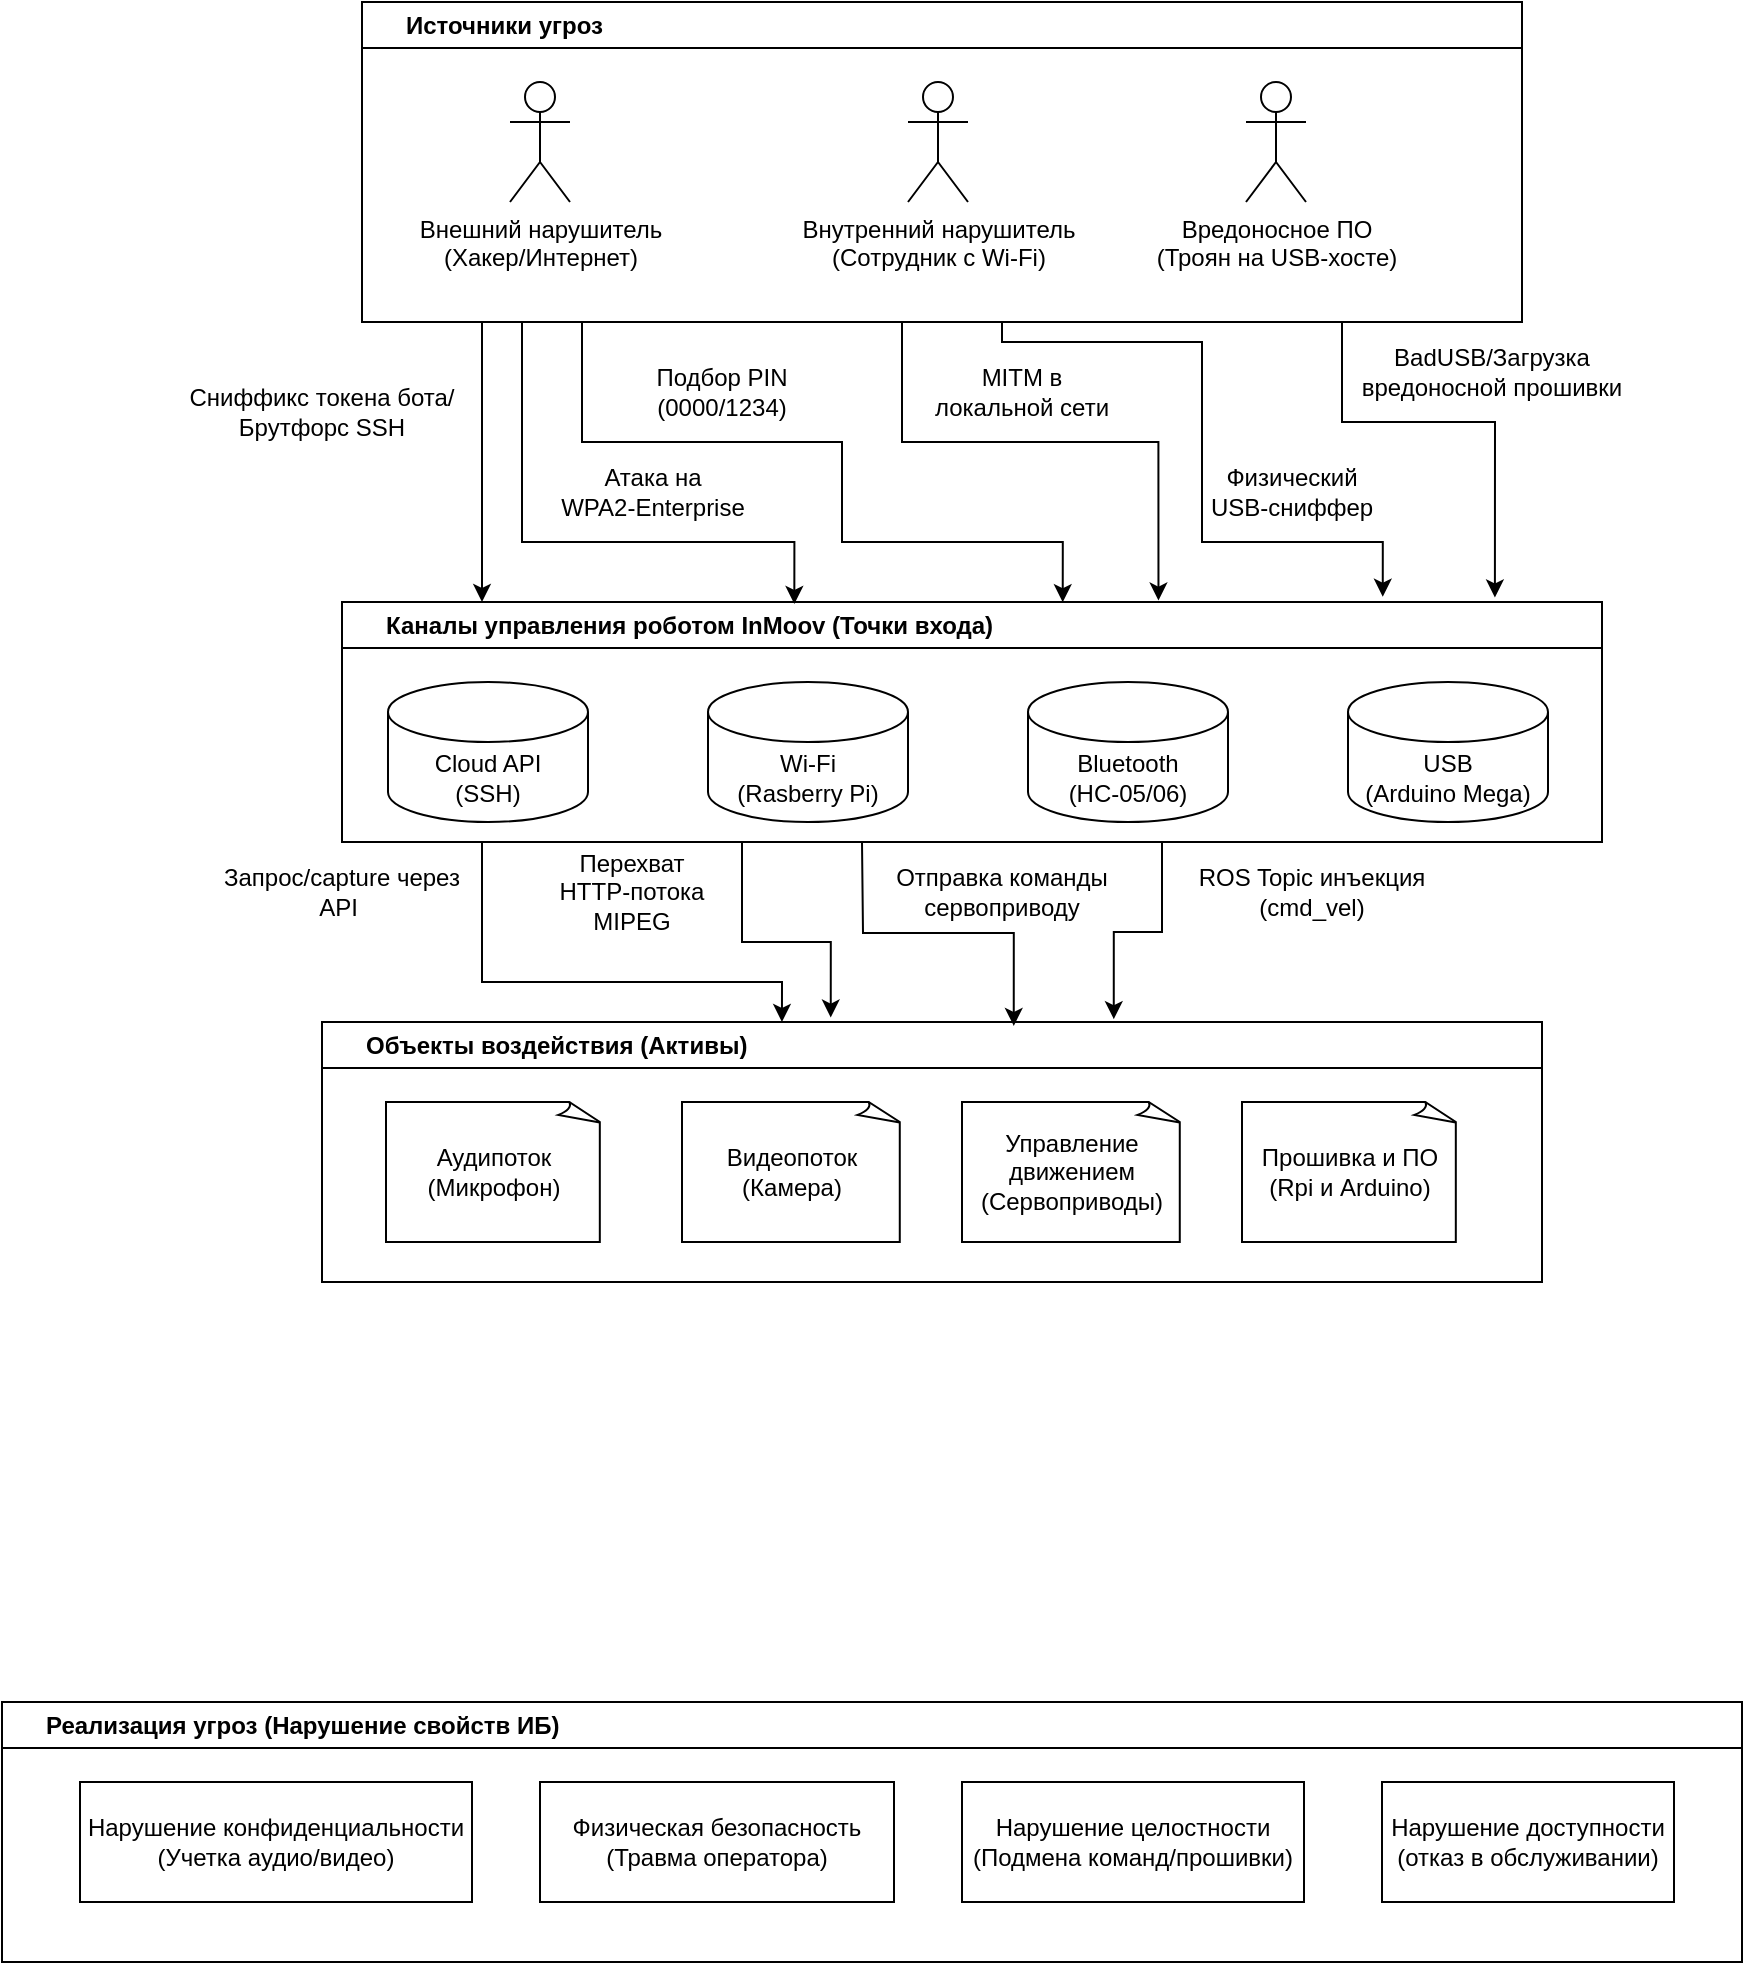
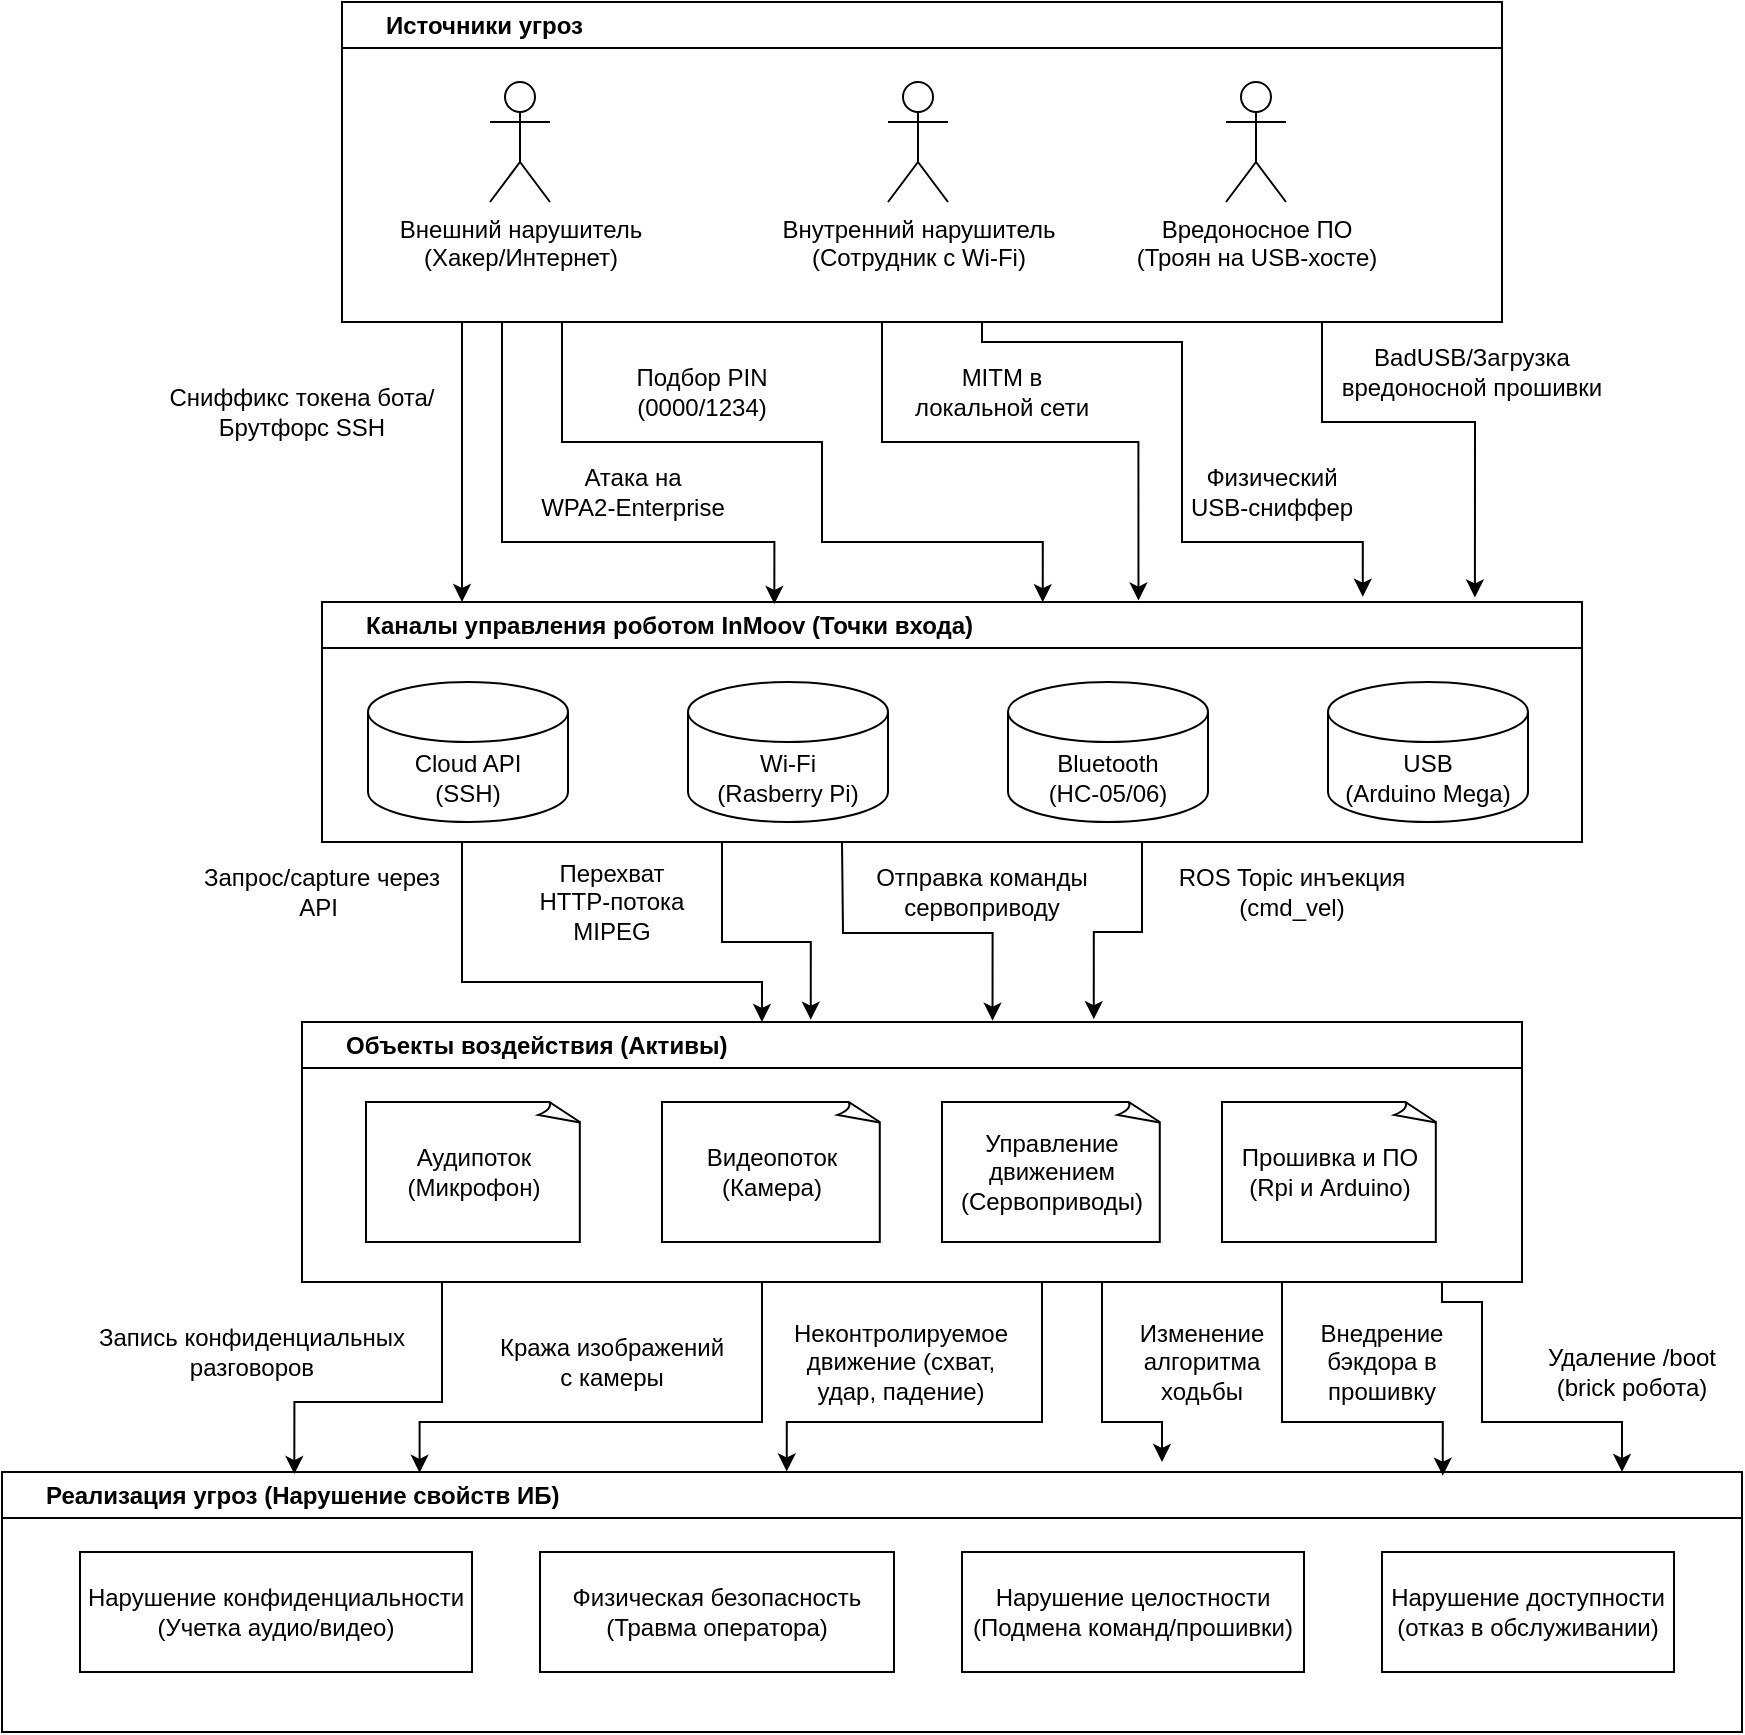
<mxfile host="app.diagrams.net">
  <diagram name="Страница-1" id="USPNQsaFkXLpUknS5iDc">
-     <mxGraphModel dx="1797" dy="1707" grid="1" gridSize="10" guides="1" tooltips="1" connect="1" arrows="1" fold="1" page="1" pageScale="1" pageWidth="827" pageHeight="1169" math="0" shadow="0">
+     <mxGraphModel dx="2233" dy="1949" grid="1" gridSize="10" guides="1" tooltips="1" connect="1" arrows="1" fold="1" page="1" pageScale="1" pageWidth="827" pageHeight="1169" math="0" shadow="0">
      <root>
        <mxCell id="0" />
        <mxCell id="1" parent="0" />
        <mxCell id="eWGLKCcsjbhSAPN1RPYS-18" parent="1" style="swimlane;whiteSpace=wrap;html=1;align=left;" value="&amp;nbsp; &amp;nbsp; &amp;nbsp;&amp;nbsp;Реализация угроз (Нарушение свойств ИБ)" vertex="1">
-           <mxGeometry height="130" width="870" x="-70" y="700" as="geometry" />
+           <mxGeometry height="130" width="870" x="-60" y="585" as="geometry" />
        </mxCell>
        <mxCell id="eWGLKCcsjbhSAPN1RPYS-11" parent="eWGLKCcsjbhSAPN1RPYS-18" style="rounded=0;whiteSpace=wrap;html=1;" value="Нарушение конфиденциальности&lt;div&gt;(Учетка аудио/видео)&lt;/div&gt;" vertex="1">
          <mxGeometry height="60" width="196" x="39" y="40" as="geometry" />
        </mxCell>
        <mxCell id="eWGLKCcsjbhSAPN1RPYS-12" parent="eWGLKCcsjbhSAPN1RPYS-18" style="rounded=0;whiteSpace=wrap;html=1;" value="Физическая безопасность&lt;div&gt;(Травма оператора)&lt;/div&gt;" vertex="1">
          <mxGeometry height="60" width="177" x="269" y="40" as="geometry" />
        </mxCell>
        <mxCell id="eWGLKCcsjbhSAPN1RPYS-13" parent="eWGLKCcsjbhSAPN1RPYS-18" style="rounded=0;whiteSpace=wrap;html=1;" value="Нарушение целостности&lt;div&gt;(Подмена команд/прошивки)&lt;/div&gt;" vertex="1">
          <mxGeometry height="60" width="171" x="480" y="40" as="geometry" />
        </mxCell>
        <mxCell id="eWGLKCcsjbhSAPN1RPYS-14" parent="eWGLKCcsjbhSAPN1RPYS-18" style="rounded=0;whiteSpace=wrap;html=1;" value="Нарушение доступности&lt;div&gt;(отказ в обслуживании)&lt;/div&gt;" vertex="1">
          <mxGeometry height="60" width="146" x="690" y="40" as="geometry" />
        </mxCell>
        <mxCell id="eWGLKCcsjbhSAPN1RPYS-24" parent="1" style="swimlane;whiteSpace=wrap;html=1;align=left;" value="&amp;nbsp; &amp;nbsp; &amp;nbsp;&amp;nbsp;Объекты воздействия (Активы)" vertex="1">
          <mxGeometry height="130" width="610" x="90" y="360" as="geometry" />
        </mxCell>
        <mxCell id="eWGLKCcsjbhSAPN1RPYS-7" parent="eWGLKCcsjbhSAPN1RPYS-24" style="whiteSpace=wrap;html=1;shape=mxgraph.basic.document" value="Аудипоток&lt;div&gt;(Микрофон)&lt;/div&gt;" vertex="1">
          <mxGeometry height="70" width="108" x="32" y="40" as="geometry" />
        </mxCell>
        <mxCell id="eWGLKCcsjbhSAPN1RPYS-10" parent="eWGLKCcsjbhSAPN1RPYS-24" style="whiteSpace=wrap;html=1;shape=mxgraph.basic.document" value="Видеопоток&lt;div&gt;(Камера)&lt;/div&gt;" vertex="1">
          <mxGeometry height="70" width="110" x="180" y="40" as="geometry" />
        </mxCell>
        <mxCell id="eWGLKCcsjbhSAPN1RPYS-8" parent="eWGLKCcsjbhSAPN1RPYS-24" style="whiteSpace=wrap;html=1;shape=mxgraph.basic.document" value="Управление движением&lt;div&gt;(Сервоприводы)&lt;/div&gt;" vertex="1">
          <mxGeometry height="70" width="110" x="320" y="40" as="geometry" />
        </mxCell>
        <mxCell id="eWGLKCcsjbhSAPN1RPYS-9" parent="eWGLKCcsjbhSAPN1RPYS-24" style="whiteSpace=wrap;html=1;shape=mxgraph.basic.document" value="Прошивка и ПО&lt;div&gt;(Rpi и Arduino)&lt;/div&gt;" vertex="1">
          <mxGeometry height="70" width="108" x="460" y="40" as="geometry" />
        </mxCell>
        <mxCell id="eWGLKCcsjbhSAPN1RPYS-25" parent="1" style="swimlane;whiteSpace=wrap;html=1;align=left;" value="&amp;nbsp; &amp;nbsp; &amp;nbsp;&amp;nbsp;Каналы управления роботом InMoov (Точки входа)" vertex="1">
          <mxGeometry height="120" width="630" x="100" y="150" as="geometry" />
        </mxCell>
        <mxCell id="eWGLKCcsjbhSAPN1RPYS-1" parent="eWGLKCcsjbhSAPN1RPYS-25" style="shape=cylinder3;whiteSpace=wrap;html=1;boundedLbl=1;backgroundOutline=1;size=15;" value="Cloud API&lt;div&gt;(SSH)&lt;/div&gt;" vertex="1">
          <mxGeometry height="70" width="100" x="23" y="40" as="geometry" />
        </mxCell>
        <mxCell id="eWGLKCcsjbhSAPN1RPYS-2" parent="eWGLKCcsjbhSAPN1RPYS-25" style="shape=cylinder3;whiteSpace=wrap;html=1;boundedLbl=1;backgroundOutline=1;size=15;" value="Wi-Fi&lt;div&gt;(Rasberry Pi)&lt;/div&gt;" vertex="1">
          <mxGeometry height="70" width="100" x="183" y="40" as="geometry" />
        </mxCell>
        <mxCell id="eWGLKCcsjbhSAPN1RPYS-3" parent="eWGLKCcsjbhSAPN1RPYS-25" style="shape=cylinder3;whiteSpace=wrap;html=1;boundedLbl=1;backgroundOutline=1;size=15;" value="Bluetooth&lt;div&gt;(HC-05/06)&lt;/div&gt;" vertex="1">
          <mxGeometry height="70" width="100" x="343" y="40" as="geometry" />
        </mxCell>
        <mxCell id="eWGLKCcsjbhSAPN1RPYS-4" parent="eWGLKCcsjbhSAPN1RPYS-25" style="shape=cylinder3;whiteSpace=wrap;html=1;boundedLbl=1;backgroundOutline=1;size=15;" value="&lt;div&gt;USB&lt;/div&gt;&lt;div&gt;(Arduino Mega)&lt;/div&gt;" vertex="1">
          <mxGeometry height="70" width="100" x="503" y="40" as="geometry" />
        </mxCell>
        <mxCell id="eWGLKCcsjbhSAPN1RPYS-26" parent="1" style="swimlane;whiteSpace=wrap;html=1;align=left;" value="&amp;nbsp; &amp;nbsp; &amp;nbsp; Источники угроз" vertex="1">
          <mxGeometry height="160" width="580" x="110" y="-150" as="geometry" />
        </mxCell>
        <mxCell id="QugISaNB2tZ8seF8ZxKL-1" parent="eWGLKCcsjbhSAPN1RPYS-26" style="shape=umlActor;verticalLabelPosition=bottom;verticalAlign=top;html=1;outlineConnect=0;" value="Внешний нарушитель&lt;div&gt;(Хакер/Интернет)&lt;/div&gt;" vertex="1">
          <mxGeometry height="60" width="30" x="74" y="40" as="geometry" />
        </mxCell>
        <mxCell id="QugISaNB2tZ8seF8ZxKL-2" parent="eWGLKCcsjbhSAPN1RPYS-26" style="shape=umlActor;verticalLabelPosition=bottom;verticalAlign=top;html=1;outlineConnect=0;" value="Внутренний нарушитель&lt;div&gt;(Сотрудник с Wi-Fi)&lt;/div&gt;" vertex="1">
          <mxGeometry height="60" width="30" x="273" y="40" as="geometry" />
        </mxCell>
        <mxCell id="QugISaNB2tZ8seF8ZxKL-3" parent="eWGLKCcsjbhSAPN1RPYS-26" style="shape=umlActor;verticalLabelPosition=bottom;verticalAlign=top;html=1;outlineConnect=0;" value="Вредоносное ПО&lt;div&gt;(Троян на USB-хосте)&lt;/div&gt;" vertex="1">
          <mxGeometry height="60" width="30" x="442" y="40" as="geometry" />
        </mxCell>
        <mxCell id="eWGLKCcsjbhSAPN1RPYS-28" edge="1" parent="1" style="endArrow=classic;html=1;rounded=0;" value="">
          <mxGeometry height="50" relative="1" width="50" as="geometry">
            <mxPoint x="170" y="10" as="sourcePoint" />
            <mxPoint x="170" y="150" as="targetPoint" />
          </mxGeometry>
        </mxCell>
        <mxCell id="eWGLKCcsjbhSAPN1RPYS-29" parent="1" style="text;html=1;whiteSpace=wrap;strokeColor=none;fillColor=none;align=center;verticalAlign=middle;rounded=0;" value="Сниффикс токена бота/Брутфорс SSH" vertex="1">
          <mxGeometry height="30" width="140" x="20" y="40" as="geometry" />
        </mxCell>
        <mxCell id="eWGLKCcsjbhSAPN1RPYS-30" edge="1" parent="1" source="eWGLKCcsjbhSAPN1RPYS-26" style="endArrow=classic;html=1;rounded=0;entryX=0.359;entryY=0.008;entryDx=0;entryDy=0;entryPerimeter=0;exitX=0.25;exitY=1;exitDx=0;exitDy=0;edgeStyle=orthogonalEdgeStyle;" target="eWGLKCcsjbhSAPN1RPYS-25" value="">
          <mxGeometry height="50" relative="1" width="50" as="geometry">
            <Array as="points">
              <mxPoint x="190" y="10" />
              <mxPoint x="190" y="120" />
              <mxPoint x="326" y="120" />
            </Array>
            <mxPoint x="240" y="10" as="sourcePoint" />
            <mxPoint x="370" y="60" as="targetPoint" />
          </mxGeometry>
        </mxCell>
        <mxCell id="eWGLKCcsjbhSAPN1RPYS-31" parent="1" style="text;html=1;whiteSpace=wrap;strokeColor=none;fillColor=none;align=center;verticalAlign=middle;rounded=0;" value="Атака на&lt;div&gt;WPA2-Enterprise&lt;/div&gt;" vertex="1">
          <mxGeometry height="30" width="111" x="200" y="80" as="geometry" />
        </mxCell>
        <mxCell id="eWGLKCcsjbhSAPN1RPYS-32" edge="1" parent="1" style="endArrow=classic;html=1;rounded=0;entryX=0.572;entryY=0.001;entryDx=0;entryDy=0;entryPerimeter=0;edgeStyle=orthogonalEdgeStyle;" target="eWGLKCcsjbhSAPN1RPYS-25" value="">
          <mxGeometry height="50" relative="1" width="50" as="geometry">
            <Array as="points">
              <mxPoint x="220" y="10" />
              <mxPoint x="220" y="70" />
              <mxPoint x="350" y="70" />
              <mxPoint x="350" y="120" />
              <mxPoint x="460" y="120" />
            </Array>
            <mxPoint x="290" y="10" as="sourcePoint" />
            <mxPoint x="420" y="40" as="targetPoint" />
          </mxGeometry>
        </mxCell>
        <mxCell id="eWGLKCcsjbhSAPN1RPYS-34" parent="1" style="text;html=1;whiteSpace=wrap;strokeColor=none;fillColor=none;align=center;verticalAlign=middle;rounded=0;" value="Подбор PIN (0000/1234)" vertex="1">
          <mxGeometry height="30" width="120" x="230" y="30" as="geometry" />
        </mxCell>
        <mxCell id="eWGLKCcsjbhSAPN1RPYS-35" edge="1" parent="1" source="eWGLKCcsjbhSAPN1RPYS-26" style="endArrow=classic;html=1;rounded=0;exitX=0.5;exitY=1;exitDx=0;exitDy=0;entryX=0.648;entryY=-0.006;entryDx=0;entryDy=0;entryPerimeter=0;edgeStyle=orthogonalEdgeStyle;" target="eWGLKCcsjbhSAPN1RPYS-25" value="">
          <mxGeometry height="50" relative="1" width="50" as="geometry">
            <Array as="points">
              <mxPoint x="380" y="10" />
              <mxPoint x="380" y="70" />
              <mxPoint x="508" y="70" />
            </Array>
            <mxPoint x="500" y="80" as="sourcePoint" />
            <mxPoint x="550" y="30" as="targetPoint" />
          </mxGeometry>
        </mxCell>
        <mxCell id="eWGLKCcsjbhSAPN1RPYS-36" parent="1" style="text;html=1;whiteSpace=wrap;strokeColor=none;fillColor=none;align=center;verticalAlign=middle;rounded=0;" value="MITM в локальной сети" vertex="1">
          <mxGeometry height="30" width="100" x="390" y="30" as="geometry" />
        </mxCell>
        <mxCell id="eWGLKCcsjbhSAPN1RPYS-37" edge="1" parent="1" style="endArrow=classic;html=1;rounded=0;entryX=0.826;entryY=-0.022;entryDx=0;entryDy=0;entryPerimeter=0;edgeStyle=orthogonalEdgeStyle;" target="eWGLKCcsjbhSAPN1RPYS-25" value="">
          <mxGeometry height="50" relative="1" width="50" as="geometry">
            <Array as="points">
              <mxPoint x="430" y="10" />
              <mxPoint x="430" y="20" />
              <mxPoint x="530" y="20" />
              <mxPoint x="530" y="120" />
              <mxPoint x="620" y="120" />
            </Array>
            <mxPoint x="460" y="10" as="sourcePoint" />
            <mxPoint x="600" y="60" as="targetPoint" />
          </mxGeometry>
        </mxCell>
        <mxCell id="eWGLKCcsjbhSAPN1RPYS-38" parent="1" style="text;html=1;whiteSpace=wrap;strokeColor=none;fillColor=none;align=center;verticalAlign=middle;rounded=0;" value="Физический USB-сниффер" vertex="1">
          <mxGeometry height="30" width="90" x="530" y="80" as="geometry" />
        </mxCell>
        <mxCell id="eWGLKCcsjbhSAPN1RPYS-39" edge="1" parent="1" style="endArrow=classic;html=1;rounded=0;entryX=0.915;entryY=-0.019;entryDx=0;entryDy=0;entryPerimeter=0;edgeStyle=orthogonalEdgeStyle;" target="eWGLKCcsjbhSAPN1RPYS-25" value="">
          <mxGeometry height="50" relative="1" width="50" as="geometry">
            <Array as="points">
              <mxPoint x="600" y="60" />
              <mxPoint x="677" y="60" />
            </Array>
            <mxPoint x="600" y="10" as="sourcePoint" />
            <mxPoint x="650" y="20" as="targetPoint" />
          </mxGeometry>
        </mxCell>
        <mxCell id="eWGLKCcsjbhSAPN1RPYS-40" parent="1" style="text;html=1;whiteSpace=wrap;strokeColor=none;fillColor=none;align=center;verticalAlign=middle;rounded=0;" value="BadUSB/Загрузка вредоносной прошивки" vertex="1">
          <mxGeometry height="30" width="150" x="600" y="20" as="geometry" />
        </mxCell>
        <mxCell id="eWGLKCcsjbhSAPN1RPYS-41" edge="1" parent="1" style="endArrow=classic;html=1;rounded=0;entryX=0.377;entryY=0;entryDx=0;entryDy=0;entryPerimeter=0;edgeStyle=orthogonalEdgeStyle;" target="eWGLKCcsjbhSAPN1RPYS-24" value="">
          <mxGeometry height="50" relative="1" width="50" as="geometry">
            <Array as="points">
              <mxPoint x="170" y="340" />
              <mxPoint x="320" y="340" />
            </Array>
            <mxPoint x="170" y="270" as="sourcePoint" />
            <mxPoint x="90" y="290" as="targetPoint" />
          </mxGeometry>
        </mxCell>
        <mxCell id="eWGLKCcsjbhSAPN1RPYS-42" parent="1" style="text;html=1;whiteSpace=wrap;strokeColor=none;fillColor=none;align=center;verticalAlign=middle;rounded=0;" value="Запрос/capture через API&amp;nbsp;" vertex="1">
          <mxGeometry height="30" width="140" x="30" y="280" as="geometry" />
        </mxCell>
        <mxCell id="eWGLKCcsjbhSAPN1RPYS-43" parent="1" style="text;html=1;whiteSpace=wrap;strokeColor=none;fillColor=none;align=center;verticalAlign=middle;rounded=0;" value="Перехват&lt;div&gt;HTTP-потока MIPEG&lt;/div&gt;" vertex="1">
-           <mxGeometry height="50" width="90" x="200" y="270" as="geometry" />
+           <mxGeometry height="40" width="90" x="200" y="280" as="geometry" />
        </mxCell>
        <mxCell id="eWGLKCcsjbhSAPN1RPYS-44" parent="1" style="text;html=1;whiteSpace=wrap;strokeColor=none;fillColor=none;align=center;verticalAlign=middle;rounded=0;" value="Отправка команды сервоприводу" vertex="1">
          <mxGeometry height="30" width="120" x="370" y="280" as="geometry" />
        </mxCell>
        <mxCell id="eWGLKCcsjbhSAPN1RPYS-45" parent="1" style="text;html=1;whiteSpace=wrap;strokeColor=none;fillColor=none;align=center;verticalAlign=middle;rounded=0;" value="ROS Topic инъекция (cmd_vel)" vertex="1">
          <mxGeometry height="30" width="150" x="510" y="280" as="geometry" />
        </mxCell>
-         <mxCell id="eWGLKCcsjbhSAPN1RPYS-46" edge="1" parent="1" style="endArrow=classic;html=1;rounded=0;entryX=0.417;entryY=-0.017;entryDx=0;entryDy=0;entryPerimeter=0;edgeStyle=orthogonalEdgeStyle;" target="eWGLKCcsjbhSAPN1RPYS-24" value="">
-           <mxGeometry height="50" relative="1" width="50" as="geometry">
-             <Array as="points">
+         <mxCell id="eWGLKCcsjbhSAPN1RPYS-46" edge="1" parent="1" style="endArrow=classic;html=1;rounded=0;entryX=0.417;entryY=-0.009;entryDx=0;entryDy=0;entryPerimeter=0;edgeStyle=orthogonalEdgeStyle;" target="eWGLKCcsjbhSAPN1RPYS-24" value="">
+           <mxGeometry height="50" relative="1" width="50" as="geometry">
+             <Array as="points">
+               <mxPoint x="300" y="270" />
              <mxPoint x="300" y="320" />
              <mxPoint x="344" y="320" />
            </Array>
            <mxPoint x="320" y="270" as="sourcePoint" />
            <mxPoint x="380" y="310" as="targetPoint" />
          </mxGeometry>
        </mxCell>
-         <mxCell id="eWGLKCcsjbhSAPN1RPYS-47" edge="1" parent="1" style="endArrow=classic;html=1;rounded=0;entryX=0.567;entryY=0.015;entryDx=0;entryDy=0;entryPerimeter=0;edgeStyle=orthogonalEdgeStyle;" target="eWGLKCcsjbhSAPN1RPYS-24" value="">
+         <mxCell id="eWGLKCcsjbhSAPN1RPYS-47" edge="1" parent="1" style="endArrow=classic;html=1;rounded=0;entryX=0.566;entryY=-0.005;entryDx=0;entryDy=0;entryPerimeter=0;edgeStyle=orthogonalEdgeStyle;" target="eWGLKCcsjbhSAPN1RPYS-24" value="">
          <mxGeometry height="50" relative="1" width="50" as="geometry">
            <mxPoint x="360" y="270" as="sourcePoint" />
            <mxPoint x="420" y="310" as="targetPoint" />
          </mxGeometry>
        </mxCell>
        <mxCell id="eWGLKCcsjbhSAPN1RPYS-48" edge="1" parent="1" style="endArrow=classic;html=1;rounded=0;entryX=0.649;entryY=-0.011;entryDx=0;entryDy=0;entryPerimeter=0;edgeStyle=orthogonalEdgeStyle;" target="eWGLKCcsjbhSAPN1RPYS-24" value="">
          <mxGeometry height="50" relative="1" width="50" as="geometry">
            <Array as="points">
              <mxPoint x="510" y="270" />
              <mxPoint x="510" y="315" />
              <mxPoint x="486" y="315" />
            </Array>
            <mxPoint x="500" y="270" as="sourcePoint" />
            <mxPoint x="570" y="310" as="targetPoint" />
          </mxGeometry>
+         </mxCell>
+         <mxCell id="eWGLKCcsjbhSAPN1RPYS-49" parent="1" style="text;html=1;whiteSpace=wrap;strokeColor=none;fillColor=none;align=center;verticalAlign=middle;rounded=0;" value="Кража изображений с камеры" vertex="1">
+           <mxGeometry height="40" width="120" x="185" y="510" as="geometry" />
+         </mxCell>
+         <mxCell id="eWGLKCcsjbhSAPN1RPYS-50" parent="1" style="text;html=1;whiteSpace=wrap;strokeColor=none;fillColor=none;align=center;verticalAlign=middle;rounded=0;" value="Запись конфиденциальных разговоров" vertex="1">
+           <mxGeometry height="50" width="170" x="-20" y="500" as="geometry" />
+         </mxCell>
+         <mxCell id="eWGLKCcsjbhSAPN1RPYS-51" parent="1" style="text;html=1;whiteSpace=wrap;strokeColor=none;fillColor=none;align=center;verticalAlign=middle;rounded=0;" value="Неконтролируемое движение (схват, удар, падение)" vertex="1">
+           <mxGeometry height="30" width="119" x="330" y="515" as="geometry" />
+         </mxCell>
+         <mxCell id="eWGLKCcsjbhSAPN1RPYS-52" parent="1" style="text;html=1;whiteSpace=wrap;strokeColor=none;fillColor=none;align=center;verticalAlign=middle;rounded=0;" value="Изменение алгоритма ходьбы" vertex="1">
+           <mxGeometry height="30" width="60" x="510" y="515" as="geometry" />
+         </mxCell>
+         <mxCell id="eWGLKCcsjbhSAPN1RPYS-53" parent="1" style="text;html=1;whiteSpace=wrap;strokeColor=none;fillColor=none;align=center;verticalAlign=middle;rounded=0;" value="Внедрение бэкдора в прошивку" vertex="1">
+           <mxGeometry height="30" width="60" x="600" y="515" as="geometry" />
+         </mxCell>
+         <mxCell id="eWGLKCcsjbhSAPN1RPYS-54" edge="1" parent="1" style="endArrow=classic;html=1;rounded=0;entryX=0.168;entryY=0.008;entryDx=0;entryDy=0;entryPerimeter=0;edgeStyle=orthogonalEdgeStyle;" target="eWGLKCcsjbhSAPN1RPYS-18" value="">
+           <mxGeometry height="50" relative="1" width="50" as="geometry">
+             <Array as="points">
+               <mxPoint x="160" y="550" />
+               <mxPoint x="86" y="550" />
+             </Array>
+             <mxPoint x="160" y="490" as="sourcePoint" />
+             <mxPoint x="60" y="480" as="targetPoint" />
+           </mxGeometry>
+         </mxCell>
+         <mxCell id="eWGLKCcsjbhSAPN1RPYS-55" edge="1" parent="1" style="endArrow=classic;html=1;rounded=0;entryX=0.24;entryY=0.003;entryDx=0;entryDy=0;entryPerimeter=0;edgeStyle=orthogonalEdgeStyle;" target="eWGLKCcsjbhSAPN1RPYS-18" value="">
+           <mxGeometry height="50" relative="1" width="50" as="geometry">
+             <Array as="points">
+               <mxPoint x="320" y="560" />
+               <mxPoint x="149" y="560" />
+             </Array>
+             <mxPoint x="320" y="490" as="sourcePoint" />
+             <mxPoint x="310" y="520" as="targetPoint" />
+           </mxGeometry>
+         </mxCell>
+         <mxCell id="eWGLKCcsjbhSAPN1RPYS-56" edge="1" parent="1" style="endArrow=classic;html=1;rounded=0;entryX=0.451;entryY=-0.002;entryDx=0;entryDy=0;entryPerimeter=0;edgeStyle=orthogonalEdgeStyle;" target="eWGLKCcsjbhSAPN1RPYS-18" value="">
+           <mxGeometry height="50" relative="1" width="50" as="geometry">
+             <Array as="points">
+               <mxPoint x="460" y="490" />
+               <mxPoint x="460" y="560" />
+               <mxPoint x="332" y="560" />
+             </Array>
+             <mxPoint x="430" y="490" as="sourcePoint" />
+             <mxPoint x="530" y="530" as="targetPoint" />
+           </mxGeometry>
+         </mxCell>
+         <mxCell id="eWGLKCcsjbhSAPN1RPYS-57" edge="1" parent="1" style="endArrow=classic;html=1;rounded=0;edgeStyle=orthogonalEdgeStyle;" value="">
+           <mxGeometry height="50" relative="1" width="50" as="geometry">
+             <Array as="points">
+               <mxPoint x="490" y="490" />
+               <mxPoint x="490" y="560" />
+               <mxPoint x="520" y="560" />
+             </Array>
+             <mxPoint x="510" y="490" as="sourcePoint" />
+             <mxPoint x="520" y="580" as="targetPoint" />
+           </mxGeometry>
+         </mxCell>
+         <mxCell id="eWGLKCcsjbhSAPN1RPYS-58" edge="1" parent="1" style="endArrow=classic;html=1;rounded=0;entryX=0.828;entryY=0.014;entryDx=0;entryDy=0;entryPerimeter=0;edgeStyle=orthogonalEdgeStyle;" target="eWGLKCcsjbhSAPN1RPYS-18" value="">
+           <mxGeometry height="50" relative="1" width="50" as="geometry">
+             <Array as="points">
+               <mxPoint x="580" y="560" />
+               <mxPoint x="660" y="560" />
+             </Array>
+             <mxPoint x="580" y="490" as="sourcePoint" />
+             <mxPoint x="640" y="520" as="targetPoint" />
+           </mxGeometry>
+         </mxCell>
+         <mxCell id="eWGLKCcsjbhSAPN1RPYS-59" edge="1" parent="1" style="endArrow=classic;html=1;rounded=0;edgeStyle=orthogonalEdgeStyle;" value="">
+           <mxGeometry height="50" relative="1" width="50" as="geometry">
+             <Array as="points">
+               <mxPoint x="660" y="500" />
+               <mxPoint x="680" y="500" />
+               <mxPoint x="680" y="560" />
+               <mxPoint x="750" y="560" />
+             </Array>
+             <mxPoint x="660" y="490" as="sourcePoint" />
+             <mxPoint x="750" y="585" as="targetPoint" />
+           </mxGeometry>
+         </mxCell>
+         <mxCell id="eWGLKCcsjbhSAPN1RPYS-60" parent="1" style="text;html=1;whiteSpace=wrap;strokeColor=none;fillColor=none;align=center;verticalAlign=middle;rounded=0;" value="Удаление /boot (brick робота)" vertex="1">
+           <mxGeometry height="30" width="110" x="700" y="520" as="geometry" />
        </mxCell>
      </root>
    </mxGraphModel>
  </diagram>
</mxfile>
